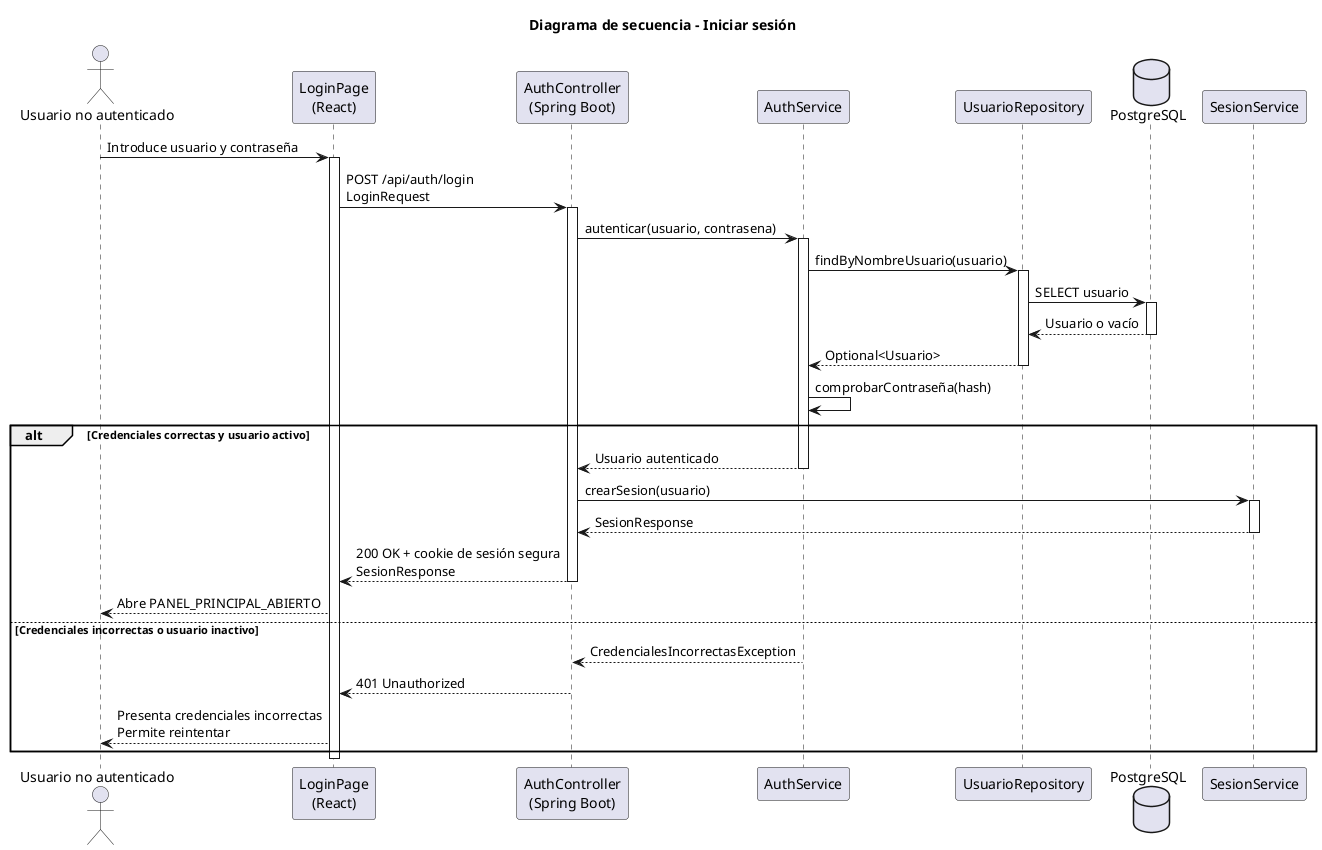
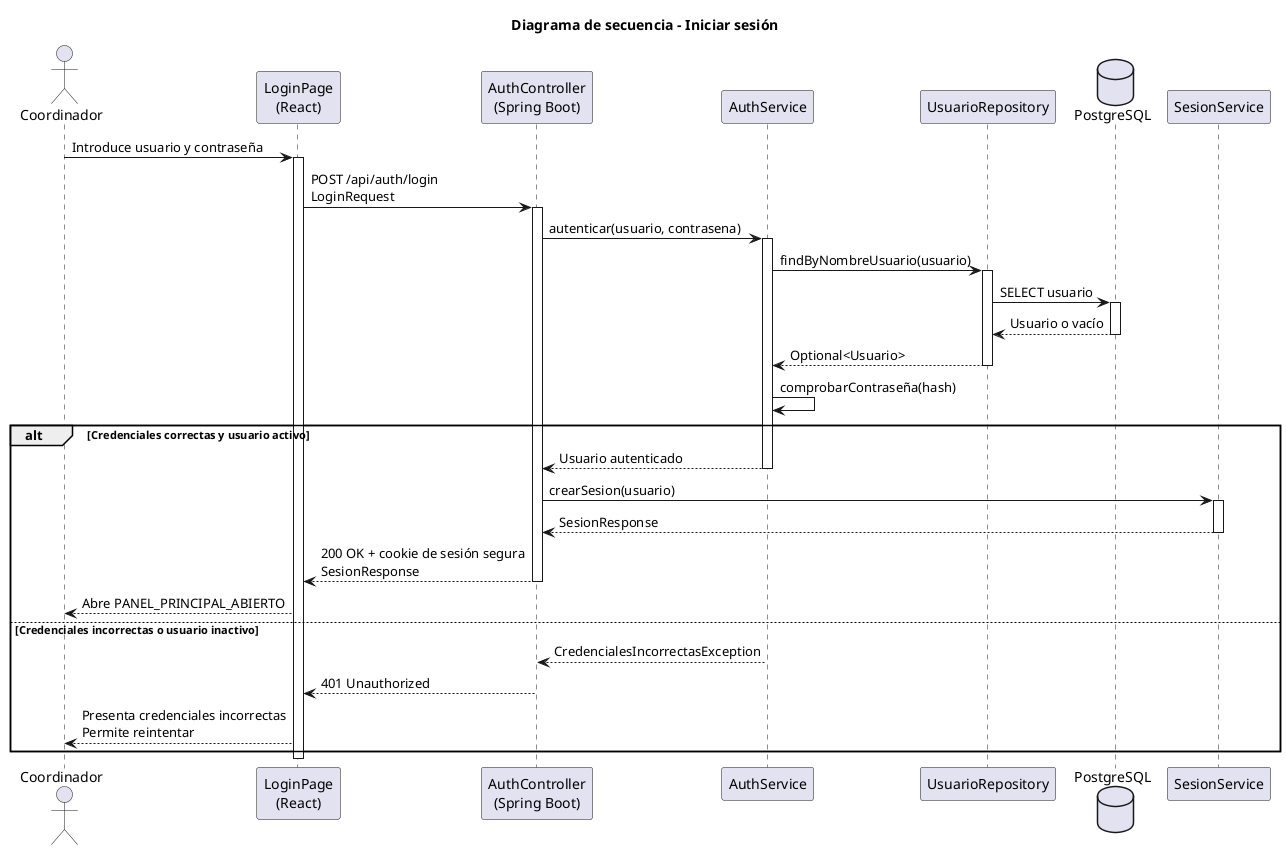
@startuml iniciarSesion-diseño
title Diagrama de secuencia - Iniciar sesión

- actor "Usuario no autenticado" as Usuario
+ actor Coordinador
participant "LoginPage\n(React)" as Frontend
participant "AuthController\n(Spring Boot)" as Api
participant "AuthService" as Auth
participant "UsuarioRepository" as Repo
database "PostgreSQL" as Database
participant "SesionService" as Sesion

- Usuario -> Frontend: Introduce usuario y contraseña
+ Coordinador -> Frontend: Introduce usuario y contraseña
activate Frontend
Frontend -> Api: POST /api/auth/login\nLoginRequest
activate Api
Api -> Auth: autenticar(usuario, contrasena)
activate Auth
Auth -> Repo: findByNombreUsuario(usuario)
activate Repo
Repo -> Database: SELECT usuario
activate Database
Database --> Repo: Usuario o vacío
deactivate Database
Repo --> Auth: Optional<Usuario>
deactivate Repo
Auth -> Auth: comprobarContraseña(hash)

alt Credenciales correctas y usuario activo
    Auth --> Api: Usuario autenticado
    deactivate Auth
    Api -> Sesion: crearSesion(usuario)
    activate Sesion
    Sesion --> Api: SesionResponse
    deactivate Sesion
    Api --> Frontend: 200 OK + cookie de sesión segura\nSesionResponse
    deactivate Api
-     Frontend --> Usuario: Abre PANEL_PRINCIPAL_ABIERTO
+     Frontend --> Coordinador: Abre PANEL_PRINCIPAL_ABIERTO
else Credenciales incorrectas o usuario inactivo
    Auth --> Api: CredencialesIncorrectasException
    deactivate Auth
    Api --> Frontend: 401 Unauthorized
    deactivate Api
-     Frontend --> Usuario: Presenta credenciales incorrectas\nPermite reintentar
+     Frontend --> Coordinador: Presenta credenciales incorrectas\nPermite reintentar
end
deactivate Frontend

@enduml
- 
